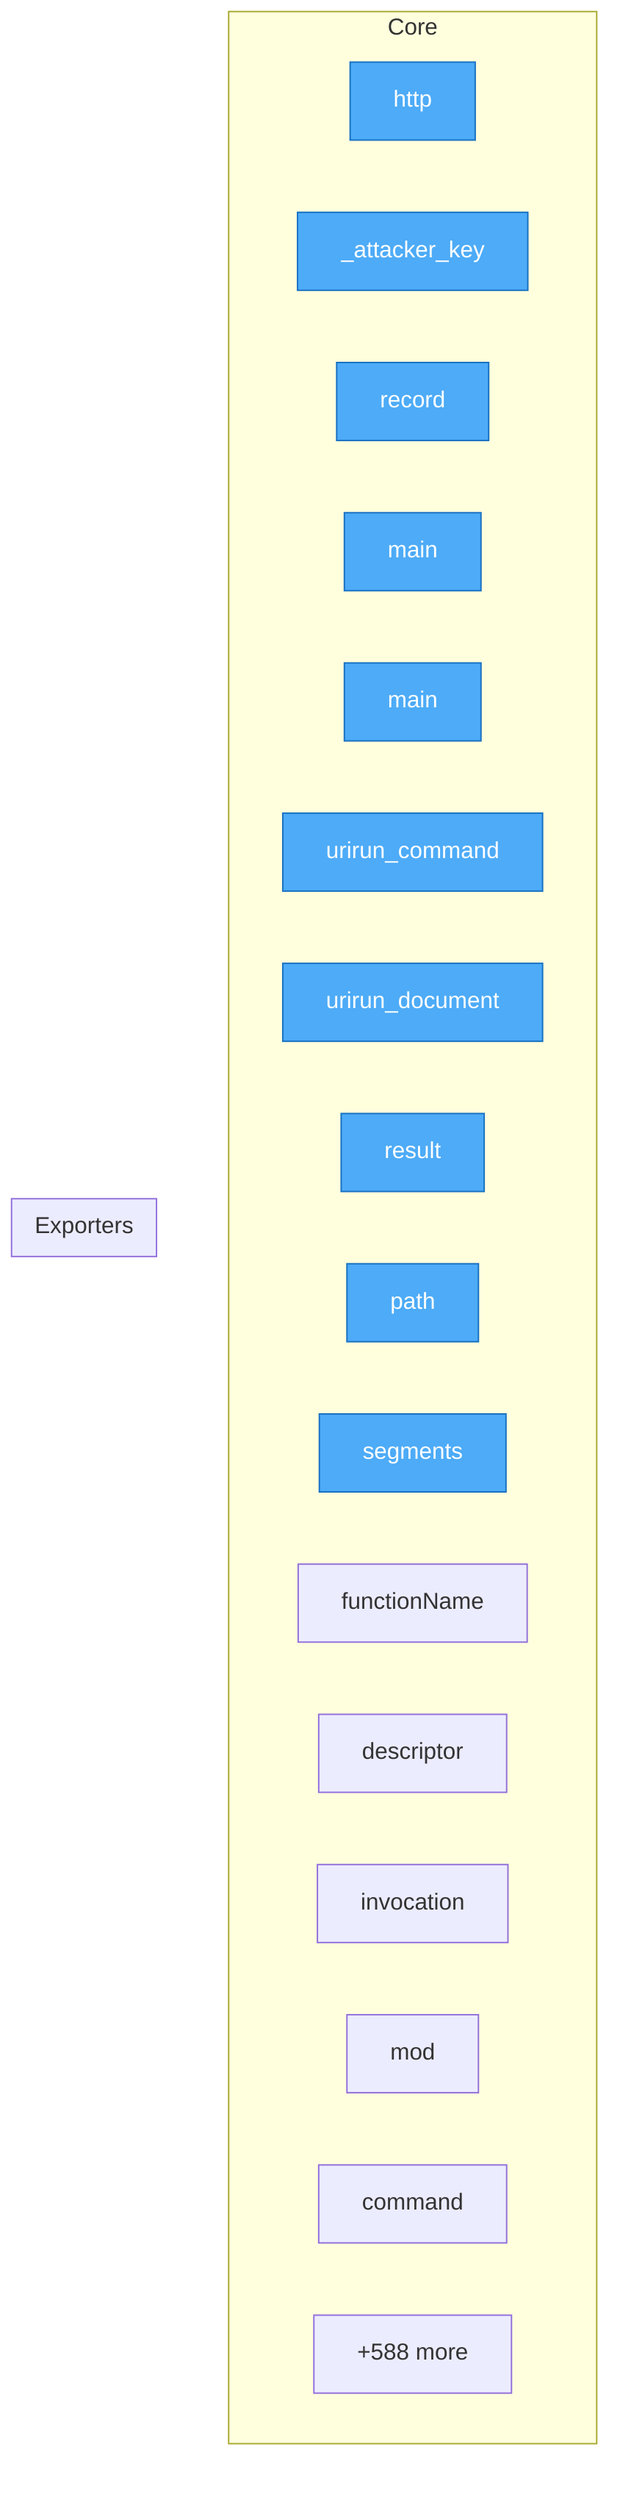
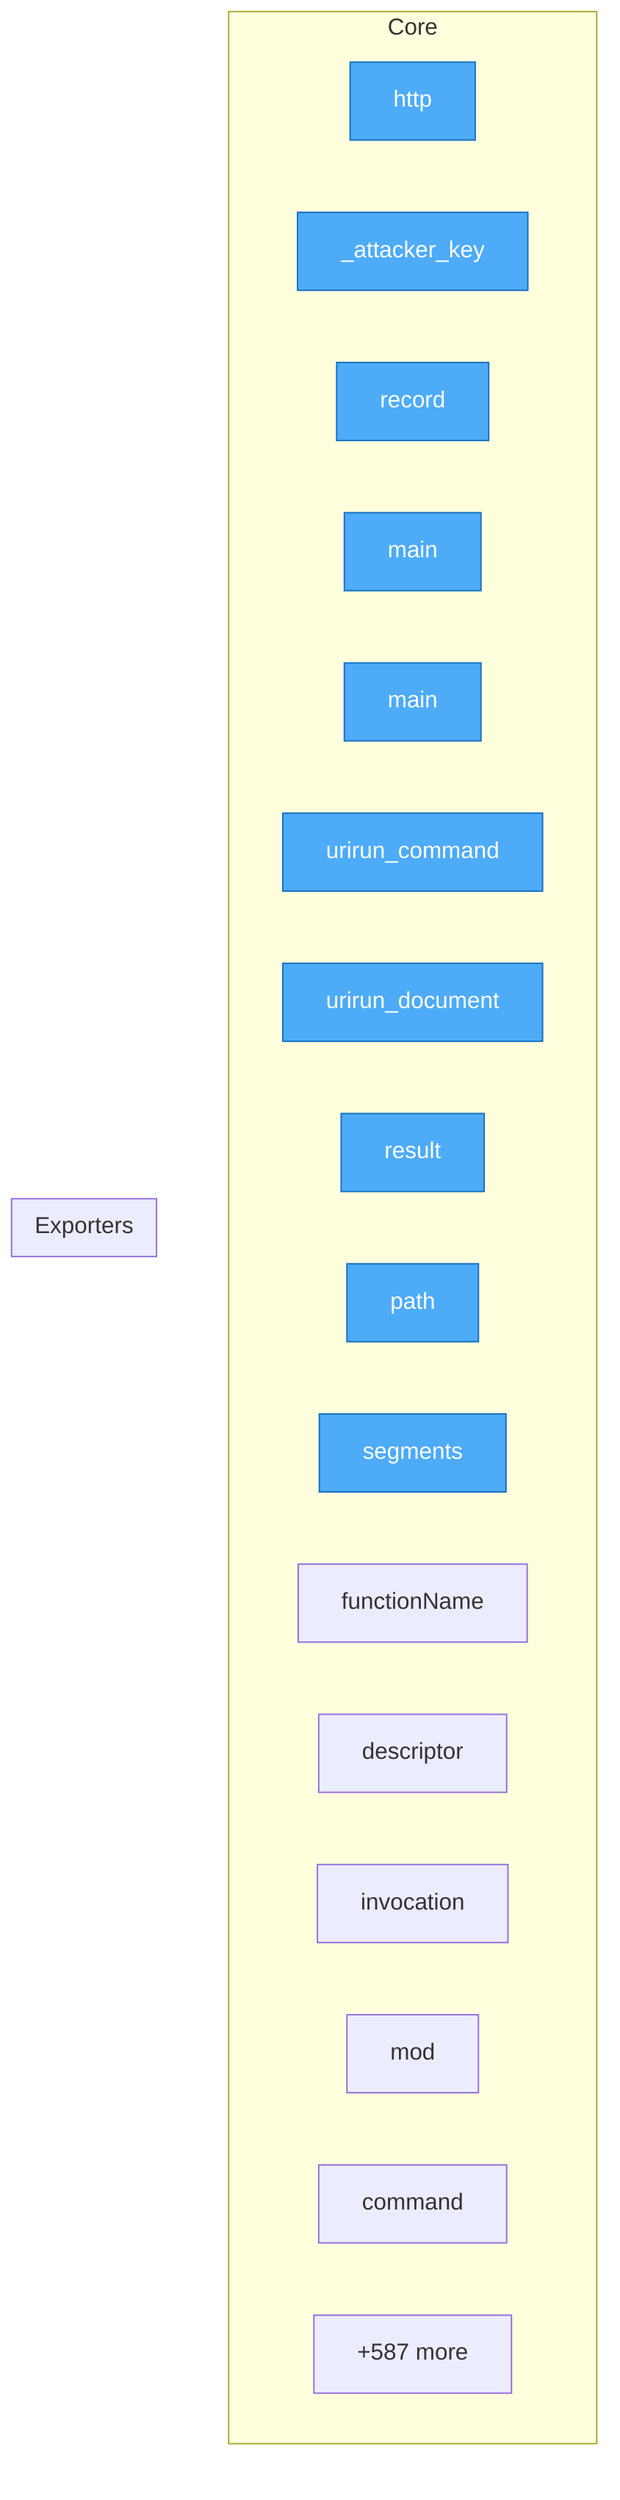
flowchart TD
%% generated in 0.05s

    %% Entry points (blue)
    classDef entry fill:#4dabf7,stroke:#1971c2,color:#fff

    subgraph Core
        security__mesh_probe__probe__http["http"]
        security__mesh_probe__probe___attacker_key["_attacker_key"]
        security__mesh_probe__probe__record["record"]
        adapters__conformance__main["main"]
        adapters__new_connector__main["main"]
        adapters__bash__urirun__urirun_command["urirun_command"]
        adapters__bash__urirun__urirun_document["urirun_document"]
        adapters__js__index__test__result["result"]
        adapters__js__path["path"]
        adapters__js__segments["segments"]
        adapters__js__functionName["functionName"]
        adapters__js__descriptor["descriptor"]
        adapters__js__invocation["invocation"]
        adapters__js__mod["mod"]
        adapters__java__Urirun__Urirun__command["command"]
-         ...["+588 more"]
+         ...["+587 more"]
    end

    subgraph Exporters
    end

    class security__mesh_probe__probe__http,security__mesh_probe__probe___attacker_key,security__mesh_probe__probe__record,adapters__conformance__main,adapters__new_connector__main,adapters__bash__urirun__urirun_command,adapters__bash__urirun__urirun_document,adapters__js__index__test__result,adapters__js__path,adapters__js__segments entry
